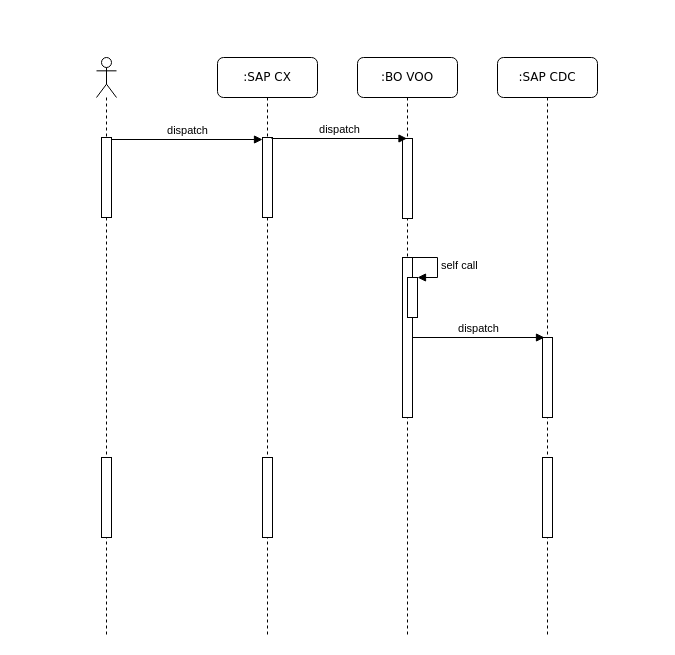
The draw.io diagram Untitled Diagram.drawio in MudBloodArchitekt/draw.io, before the edit. Source tidied: cells renumbered, new cells numbered last; positions are measured from the earlier drawing's top-left corner, leaving out a move shared by most shapes. Both pictures are drawn from the tidied source at 100%, with x=0, y=0 at pixel (96, 57).
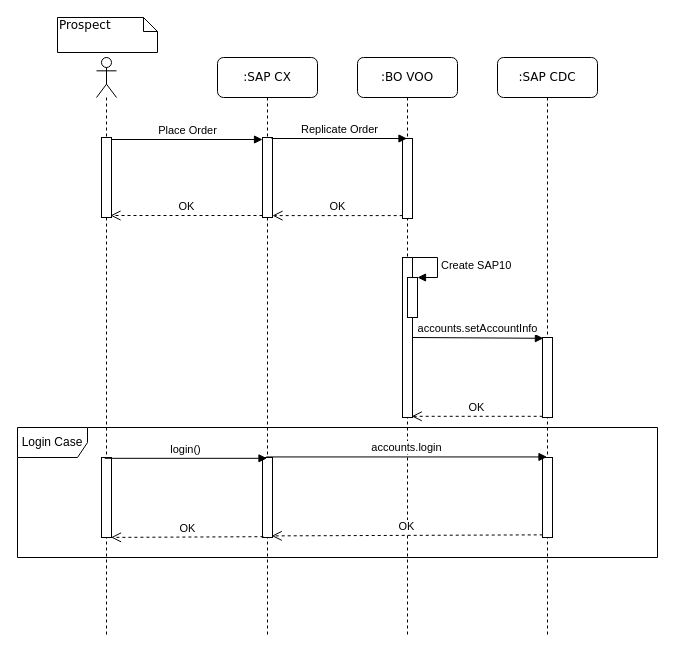
The same diagram, later.

The change refers to these unchanged cells:
```xml
<mxCell id="2" value=":SAP CX" style="shape=umlLifeline;perimeter=lifelinePerimeter;whiteSpace=wrap;html=1;outlineConnect=0;rounded=1;shadow=0;comic=0;labelBackgroundColor=none;strokeWidth=1;fontFamily=Verdana;fontSize=12;align=center;" parent="1" vertex="1">
  <mxGeometry x="121" width="100" height="580" as="geometry" />
</mxCell>
<mxCell id="3" style="html=1;points=[];perimeter=orthogonalPerimeter;rounded=0;shadow=0;comic=0;labelBackgroundColor=none;strokeWidth=1;fontFamily=Verdana;fontSize=12;align=center;" parent="2" vertex="1">
  <mxGeometry x="45" y="80" width="10" height="80" as="geometry" />
</mxCell>
<mxCell id="4" style="html=1;points=[];perimeter=orthogonalPerimeter;" parent="2" vertex="1">
  <mxGeometry x="45" y="400" width="10" height="80" as="geometry" />
</mxCell>
<mxCell id="5" value=":BO VOO" style="shape=umlLifeline;perimeter=lifelinePerimeter;whiteSpace=wrap;html=1;rounded=1;shadow=0;comic=0;labelBackgroundColor=none;strokeWidth=1;fontFamily=Verdana;fontSize=12;align=center;" parent="1" vertex="1">
  <mxGeometry x="261" width="100" height="580" as="geometry" />
</mxCell>
<mxCell id="8" style="html=1;points=[];perimeter=orthogonalPerimeter;" parent="5" vertex="1">
  <mxGeometry x="50" y="220" width="10" height="40" as="geometry" />
</mxCell>
<mxCell id="10" value=":SAP CDC" style="shape=umlLifeline;perimeter=lifelinePerimeter;whiteSpace=wrap;html=1;outlineConnect=0;rounded=1;shadow=0;comic=0;labelBackgroundColor=none;strokeWidth=1;fontFamily=Verdana;fontSize=12;align=center;" parent="1" vertex="1">
  <mxGeometry x="401" width="100" height="580" as="geometry" />
</mxCell>
<mxCell id="11" style="html=1;points=[];perimeter=orthogonalPerimeter;" parent="10" vertex="1">
  <mxGeometry x="45" y="280" width="10" height="80" as="geometry" />
</mxCell>
<mxCell id="12" style="html=1;points=[];perimeter=orthogonalPerimeter;" parent="10" vertex="1">
  <mxGeometry x="45" y="400" width="10" height="80" as="geometry" />
</mxCell>
<mxCell id="14" style="html=1;points=[];perimeter=orthogonalPerimeter;" parent="13" vertex="1">
  <mxGeometry x="5" y="80" width="10" height="80" as="geometry" />
</mxCell>
<mxCell id="15" style="html=1;points=[];perimeter=orthogonalPerimeter;" parent="13" vertex="1">
  <mxGeometry x="5" y="400" width="10" height="80" as="geometry" />
</mxCell>
```

What changed in the source:
```diff
@@
-    <mxCell id="9" value="self call" style="edgeStyle=orthogonalEdgeStyle;html=1;align=left;spacingLeft=2;endArrow=block;rounded=0;entryX=1;entryY=0;" parent="5" edge="1" target="8">
+    <mxCell id="9" value="Create SAP10" style="edgeStyle=orthogonalEdgeStyle;html=1;align=left;spacingLeft=2;endArrow=block;rounded=0;entryX=1;entryY=0;" parent="5" edge="1" target="8">
       <mxGeometry relative="1" as="geometry">
         <mxPoint x="55" y="200" as="sourcePoint" />
         <Array as="points">
           <mxPoint x="80" y="200" />
         </Array>
       </mxGeometry>
     </mxCell>
@@
-    <mxCell id="16" value="dispatch" style="html=1;verticalAlign=bottom;endArrow=block;entryX=0;entryY=0.025;entryDx=0;entryDy=0;entryPerimeter=0;" parent="1" edge="1" source="14" target="3">
+    <mxCell id="16" value="Place Order" style="html=1;verticalAlign=bottom;endArrow=block;entryX=0;entryY=0.025;entryDx=0;entryDy=0;entryPerimeter=0;" parent="1" edge="1" source="14" target="3">
       <mxGeometry relative="1" as="geometry" />
     </mxCell>
-    <mxCell id="17" value="dispatch" style="html=1;verticalAlign=bottom;endArrow=block;exitX=0.9;exitY=0.175;exitDx=0;exitDy=0;exitPerimeter=0;" parent="1" edge="1">
+    <mxCell id="17" value="Replicate Order" style="html=1;verticalAlign=bottom;endArrow=block;exitX=0.9;exitY=0.175;exitDx=0;exitDy=0;exitPerimeter=0;" parent="1" edge="1">
       <mxGeometry relative="1" as="geometry">
         <mxPoint x="175" y="81" as="sourcePoint" />
         <mxPoint x="310.5" y="81" as="targetPoint" />
       </mxGeometry>
     </mxCell>
-    <mxCell id="18" value="dispatch" style="html=1;verticalAlign=bottom;endArrow=block;entryX=0.2;entryY=0.063;entryDx=0;entryDy=0;entryPerimeter=0;" parent="1" edge="1">
+    <mxCell id="18" value="accounts.setAccountInfo" style="html=1;verticalAlign=bottom;endArrow=block;entryX=0.09;entryY=0.01;entryDx=0;entryDy=0;entryPerimeter=0;" parent="1" edge="1" target="11">
       <mxGeometry relative="1" as="geometry">
         <mxPoint x="316" y="280" as="sourcePoint" />
-        <mxPoint x="448" y="280" as="targetPoint" />
       </mxGeometry>
     </mxCell>
+    <mxCell id="19" value="login()" style="html=1;verticalAlign=bottom;endArrow=block;exitX=0.328;exitY=0.01;exitDx=0;exitDy=0;exitPerimeter=0;" parent="1" edge="1" source="15" target="2">
+      <mxGeometry relative="1" as="geometry" />
+    </mxCell>
+    <mxCell id="20" value="accounts.login" style="html=1;verticalAlign=bottom;endArrow=block;exitX=0.366;exitY=-0.007;exitDx=0;exitDy=0;exitPerimeter=0;" parent="1" edge="1" source="4" target="10">
+      <mxGeometry relative="1" as="geometry" />
+    </mxCell>
+    <mxCell id="21" value="OK" style="html=1;verticalAlign=bottom;endArrow=open;dashed=1;endSize=8;entryX=0.917;entryY=0.605;entryDx=0;entryDy=0;entryPerimeter=0;exitX=0.021;exitY=0.967;exitDx=0;exitDy=0;exitPerimeter=0;" parent="1" edge="1" source="12">
+      <mxGeometry relative="1" as="geometry">
+        <mxPoint x="175.2" y="478.4" as="targetPoint" />
+      </mxGeometry>
+    </mxCell>
+    <mxCell id="22" value="OK" style="html=1;verticalAlign=bottom;endArrow=open;dashed=1;endSize=8;entryX=0.948;entryY=0.674;entryDx=0;entryDy=0;entryPerimeter=0;exitX=0.09;exitY=0.665;exitDx=0;exitDy=0;exitPerimeter=0;" parent="1" edge="1">
+      <mxGeometry relative="1" as="geometry">
+        <mxPoint x="166.9" y="479.2" as="sourcePoint" />
+        <mxPoint x="14.5" y="479.9" as="targetPoint" />
+      </mxGeometry>
+    </mxCell>
+    <mxCell id="23" value="OK" style="html=1;verticalAlign=bottom;endArrow=open;dashed=1;endSize=8;" parent="1" edge="1">
+      <mxGeometry relative="1" as="geometry">
+        <mxPoint x="166" y="158" as="sourcePoint" />
+        <mxPoint x="14" y="158" as="targetPoint" />
+      </mxGeometry>
+    </mxCell>
+    <mxCell id="24" value="OK" style="html=1;verticalAlign=bottom;endArrow=open;dashed=1;endSize=8;exitX=0.021;exitY=0.989;exitDx=0;exitDy=0;exitPerimeter=0;" parent="1" edge="1">
+      <mxGeometry relative="1" as="geometry">
+        <mxPoint x="306.2" y="158.1" as="sourcePoint" />
+        <mxPoint x="176" y="158.1" as="targetPoint" />
+      </mxGeometry>
+    </mxCell>
+    <mxCell id="25" value="OK" style="html=1;verticalAlign=bottom;endArrow=open;dashed=1;endSize=8;exitX=0.021;exitY=0.76;exitDx=0;exitDy=0;exitPerimeter=0;entryX=0.917;entryY=0.88;entryDx=0;entryDy=0;entryPerimeter=0;" parent="1" edge="1">
+      <mxGeometry relative="1" as="geometry">
+        <mxPoint x="446.2" y="358.8" as="sourcePoint" />
+        <mxPoint x="315.2" y="358.8" as="targetPoint" />
+      </mxGeometry>
+    </mxCell>
+    <mxCell id="26" value="Login Case" style="shape=umlFrame;whiteSpace=wrap;html=1;width=70;height=30;" parent="1" vertex="1">
+      <mxGeometry x="-79" y="370" width="640" height="130" as="geometry" />
+    </mxCell>
+    <mxCell id="27" value="Prospect" style="shape=note;whiteSpace=wrap;html=1;size=14;verticalAlign=top;align=left;spacingTop=-6;rounded=0;shadow=0;comic=0;labelBackgroundColor=none;strokeColor=#000000;strokeWidth=1;fillColor=#FFFFFF;fontFamily=Verdana;fontSize=12;fontColor=#000000;" parent="1" vertex="1">
+      <mxGeometry x="-39" y="-40" width="100" height="35" as="geometry" />
+    </mxCell>
```
